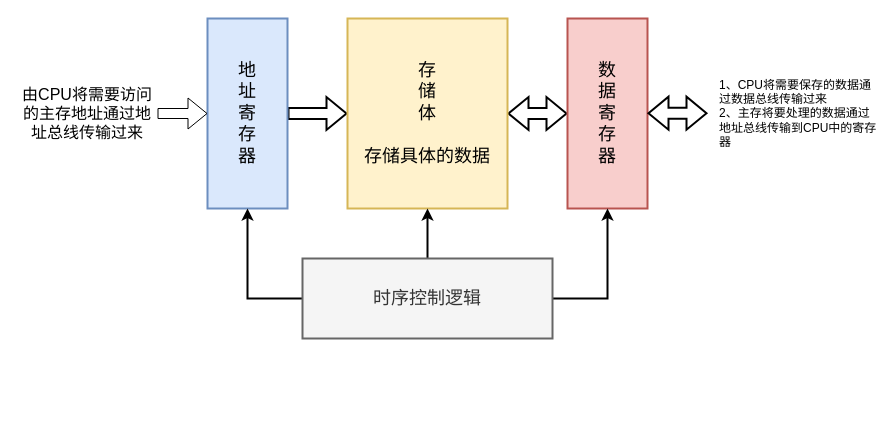
wenxuan-ping/picture keeps this draw.io diagram as 408/计算机组成原理.drawio. Above is the earlier version. Source tidied: cells renumbered, new cells numbered last; positions are measured from the earlier drawing's top-left corner, leaving out a move shared by most shapes. Both pictures are drawn from the tidied source at 100%, with x=0, y=0 at pixel (17, 18).
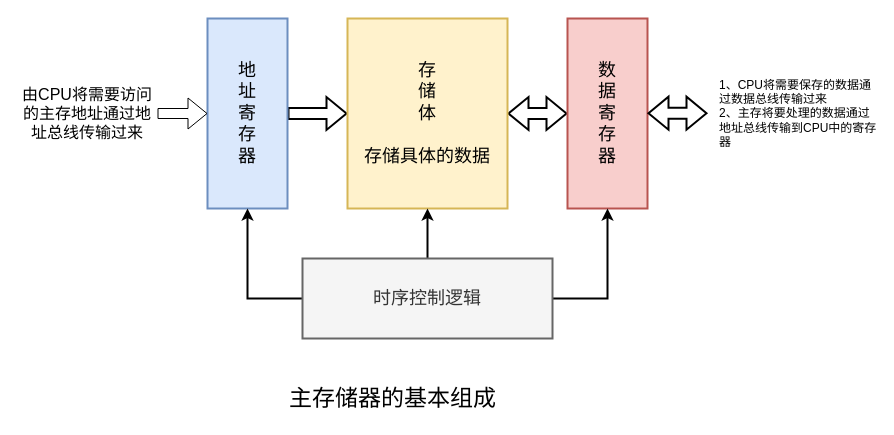
The same diagram, later.

Commit message:
主存储器的基本组成

The edit, as a diff of the source:
```diff
@@
 <mxGraphModel>
   <root>
     <mxCell id="0" />
     <mxCell id="1" parent="0" />
     <mxCell id="2" style="edgeStyle=orthogonalEdgeStyle;rounded=0;jettySize=auto;html=1;entryX=0;entryY=0.5;entryDx=0;entryDy=0;shape=flexArrow;strokeWidth=2;fontSize=18;" parent="1" edge="1" source="3" target="5">
       <mxGeometry relative="1" as="geometry" />
     </mxCell>
     <mxCell id="3" value="地&lt;div style=&quot;font-size: 18px;&quot;&gt;址&lt;/div&gt;&lt;div style=&quot;font-size: 18px;&quot;&gt;寄&lt;/div&gt;&lt;div style=&quot;font-size: 18px;&quot;&gt;存&lt;/div&gt;&lt;div style=&quot;font-size: 18px;&quot;&gt;器&lt;/div&gt;" style="rounded=0;whiteSpace=wrap;html=1;fillColor=#dae8fc;strokeColor=#6c8ebf;strokeWidth=2;fontSize=18;" parent="1" vertex="1">
       <mxGeometry x="190" width="80" height="190" as="geometry" />
     </mxCell>
     <mxCell id="4" style="edgeStyle=orthogonalEdgeStyle;rounded=0;jettySize=auto;html=1;shape=flexArrow;startArrow=block;strokeWidth=2;fontSize=18;" parent="1" edge="1" source="5" target="6">
       <mxGeometry relative="1" as="geometry" />
     </mxCell>
     <mxCell id="5" value="存&lt;div style=&quot;font-size: 18px;&quot;&gt;储&lt;/div&gt;&lt;div style=&quot;font-size: 18px;&quot;&gt;体&lt;/div&gt;&lt;div style=&quot;font-size: 18px;&quot;&gt;&lt;br&gt;&lt;/div&gt;&lt;div style=&quot;font-size: 18px;&quot;&gt;存储具体的数据&lt;/div&gt;" style="rounded=0;whiteSpace=wrap;html=1;fillColor=#fff2cc;strokeColor=#d6b656;strokeWidth=2;fontSize=18;" parent="1" vertex="1">
       <mxGeometry x="330" width="160" height="190" as="geometry" />
     </mxCell>
     <mxCell id="6" value="&lt;div style=&quot;font-size: 18px;&quot;&gt;数&lt;/div&gt;&lt;div style=&quot;font-size: 18px;&quot;&gt;据&lt;/div&gt;&lt;div style=&quot;font-size: 18px;&quot;&gt;寄&lt;/div&gt;&lt;div style=&quot;font-size: 18px;&quot;&gt;存&lt;/div&gt;&lt;div style=&quot;font-size: 18px;&quot;&gt;器&lt;/div&gt;" style="rounded=0;whiteSpace=wrap;html=1;fillColor=#f8cecc;strokeColor=#b85450;strokeWidth=2;fontSize=18;" parent="1" vertex="1">
       <mxGeometry x="550" width="80" height="190" as="geometry" />
     </mxCell>
     <mxCell id="7" style="edgeStyle=orthogonalEdgeStyle;rounded=0;jettySize=auto;html=1;entryX=0.5;entryY=1;entryDx=0;entryDy=0;strokeWidth=2;fontSize=18;" parent="1" edge="1" source="10" target="3">
       <mxGeometry relative="1" as="geometry" />
     </mxCell>
     <mxCell id="8" style="edgeStyle=orthogonalEdgeStyle;rounded=0;jettySize=auto;html=1;entryX=0.5;entryY=1;entryDx=0;entryDy=0;strokeWidth=2;fontSize=18;" parent="1" edge="1" source="10" target="5">
       <mxGeometry relative="1" as="geometry" />
     </mxCell>
     <mxCell id="9" style="edgeStyle=orthogonalEdgeStyle;rounded=0;jettySize=auto;html=1;entryX=0.5;entryY=1;entryDx=0;entryDy=0;strokeWidth=2;fontSize=18;" parent="1" edge="1" source="10" target="6">
       <mxGeometry relative="1" as="geometry" />
     </mxCell>
     <mxCell id="10" value="时序控制逻辑" style="rounded=0;whiteSpace=wrap;html=1;fillColor=#f5f5f5;fontColor=#333333;strokeColor=#666666;strokeWidth=2;fontSize=18;" parent="1" vertex="1">
       <mxGeometry x="285" y="240" width="250" height="80" as="geometry" />
     </mxCell>
     <mxCell id="11" style="shape=flexArrow;endArrow=classic;html=1;rounded=0;entryX=0;entryY=0.5;entryDx=0;entryDy=0;" parent="1" edge="1" target="3">
       <mxGeometry relative="1" as="geometry">
         <mxPoint x="140" y="95" as="sourcePoint" />
       </mxGeometry>
     </mxCell>
     <mxCell id="12" style="edgeStyle=orthogonalEdgeStyle;rounded=0;orthogonalLoop=1;jettySize=auto;html=1;shape=flexArrow;startArrow=block;strokeWidth=2;fontSize=18;" parent="1" edge="1">
       <mxGeometry relative="1" as="geometry">
         <mxPoint x="630" y="94.7" as="sourcePoint" />
         <mxPoint x="690" y="94.7" as="targetPoint" />
       </mxGeometry>
     </mxCell>
     <mxCell id="13" value="&lt;font style=&quot;font-size: 16px;&quot;&gt;由CPU将需要访问的主存地址通过地址总线传输过来&lt;/font&gt;" style="text;html=1;align=center;verticalAlign=middle;whiteSpace=wrap;rounded=0;" parent="1" vertex="1">
       <mxGeometry y="55" width="140" height="80" as="geometry" />
     </mxCell>
     <mxCell id="14" value="1、CPU将需要保存的数据通过数据总线传输过来&lt;div&gt;2、主存将要处理的数据通过地址总线传输到CPU中的寄存器&lt;/div&gt;" style="text;html=1;align=left;verticalAlign=middle;whiteSpace=wrap;rounded=0;" parent="1" vertex="1">
       <mxGeometry x="700" y="50" width="160" height="90" as="geometry" />
     </mxCell>
+    <mxCell id="15" value="&lt;font style=&quot;font-size: 23px;&quot;&gt;主存储器的基本组成&lt;/font&gt;" style="text;html=1;align=center;verticalAlign=middle;strokeColor=none;fillColor=none;" parent="1" vertex="1">
+      <mxGeometry x="260" y="360" width="230" height="40" as="geometry" />
+    </mxCell>
   </root>
 </mxGraphModel>
```
